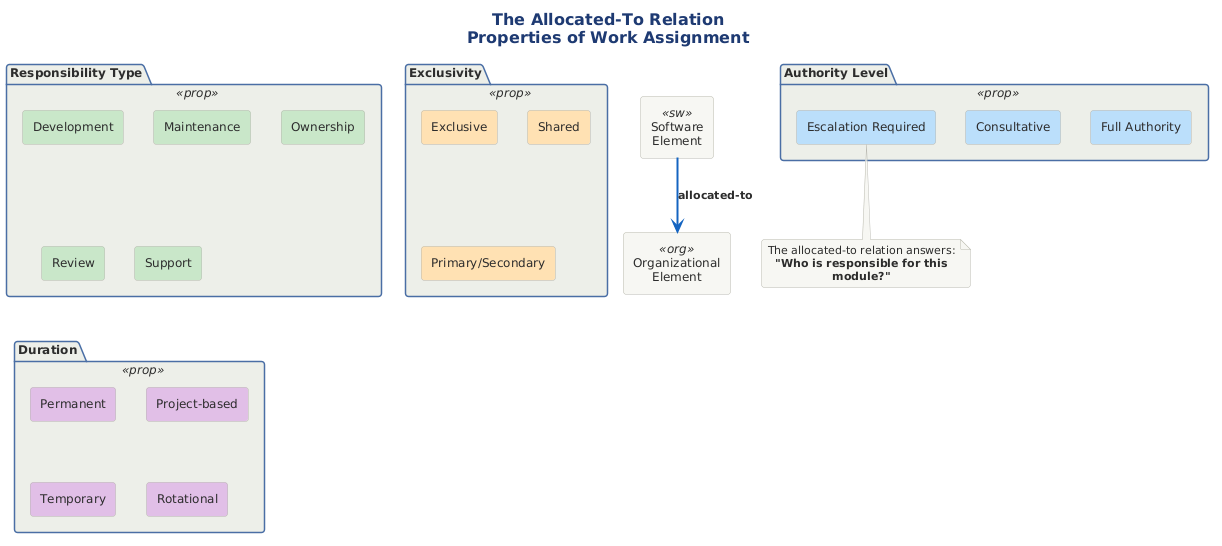
The PlantUML diagram src/architecture/views-and-beyond/style-catalogs/allocation/work-assignment-style/png/10-allocated-to-properties.png in Notoriousjayy/latex-docs, before a commit. Source of this version:
```plantuml
@startuml 10-allocated-to-properties
!include ../../../../../../tooling/styles/plantuml/structural/package-diagram-style.iuml

skinparam nodesep 30

title <b>The Allocated-To Relation</b>\nProperties of Work Assignment

rectangle "Software\nElement" as sw <<sw>>
rectangle "Organizational\nElement" as org <<org>>

sw -[#1565C0,bold,thickness=3]-> org : <b>allocated-to</b>

package "Responsibility Type" as resp <<prop>> {
    rectangle "Development" as dev #C8E6C9
    rectangle "Maintenance" as maint #C8E6C9
    rectangle "Ownership" as own #C8E6C9
    rectangle "Review" as rev #C8E6C9
    rectangle "Support" as supp #C8E6C9
}

package "Exclusivity" as excl <<prop>> {
    rectangle "Exclusive" as exclusive #FFE0B2
    rectangle "Shared" as shared #FFE0B2
    rectangle "Primary/Secondary" as primsec #FFE0B2
}

package "Duration" as dur <<prop>> {
    rectangle "Permanent" as perm #E1BEE7
    rectangle "Project-based" as proj #E1BEE7
    rectangle "Temporary" as temp #E1BEE7
    rectangle "Rotational" as rot #E1BEE7
}

package "Authority Level" as auth <<prop>> {
    rectangle "Full Authority" as full #BBDEFB
    rectangle "Consultative" as consult #BBDEFB
    rectangle "Escalation Required" as escal #BBDEFB
}

note bottom
  The allocated-to relation answers:
  <b>"Who is responsible for this module?"</b>
end note

@enduml
```
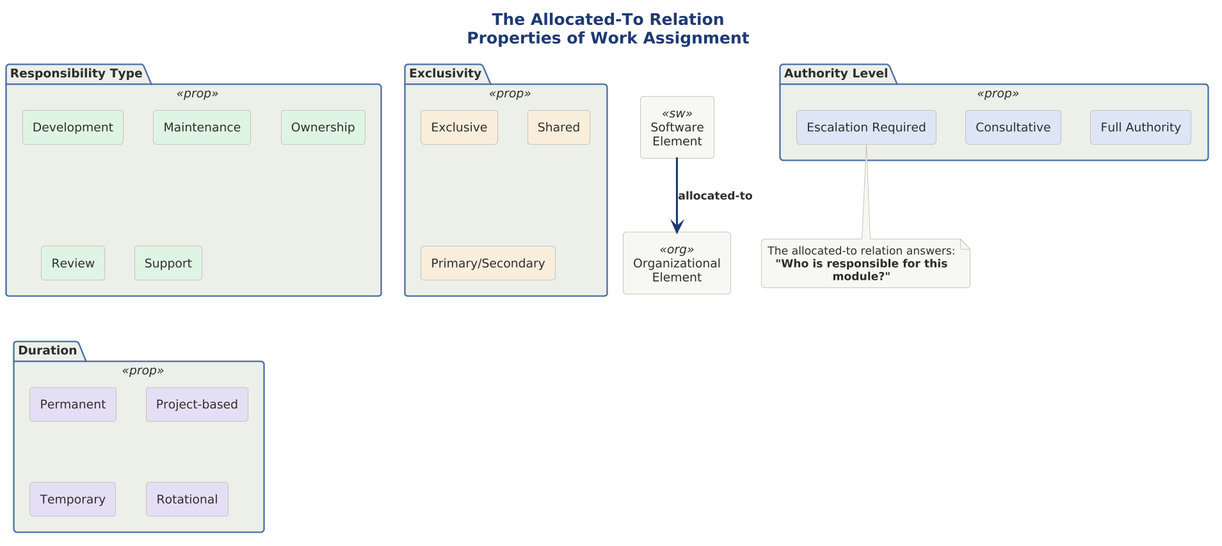
Above is the later version.

The edit, as a diff of the source:
```diff
@@ -1,4 +1,9 @@
 @startuml 10-allocated-to-properties
+
+skinparam dpi 150
+
+
+
 !include ../../../../../../tooling/styles/plantuml/structural/package-diagram-style.iuml
 
 skinparam nodesep 30
@@ -8,33 +13,33 @@
 rectangle "Software\nElement" as sw <<sw>>
 rectangle "Organizational\nElement" as org <<org>>
 
-sw -[#1565C0,bold,thickness=3]-> org : <b>allocated-to</b>
+sw -[$line_primary,bold,thickness=3]-> org : <b>allocated-to</b>
 
 package "Responsibility Type" as resp <<prop>> {
-    rectangle "Development" as dev #C8E6C9
-    rectangle "Maintenance" as maint #C8E6C9
-    rectangle "Ownership" as own #C8E6C9
-    rectangle "Review" as rev #C8E6C9
-    rectangle "Support" as supp #C8E6C9
+    rectangle "Development" as dev $fill_ok
+    rectangle "Maintenance" as maint $fill_ok
+    rectangle "Ownership" as own $fill_ok
+    rectangle "Review" as rev $fill_ok
+    rectangle "Support" as supp $fill_ok
 }
 
 package "Exclusivity" as excl <<prop>> {
-    rectangle "Exclusive" as exclusive #FFE0B2
-    rectangle "Shared" as shared #FFE0B2
-    rectangle "Primary/Secondary" as primsec #FFE0B2
+    rectangle "Exclusive" as exclusive $fill_caution
+    rectangle "Shared" as shared $fill_caution
+    rectangle "Primary/Secondary" as primsec $fill_caution
 }
 
 package "Duration" as dur <<prop>> {
-    rectangle "Permanent" as perm #E1BEE7
-    rectangle "Project-based" as proj #E1BEE7
-    rectangle "Temporary" as temp #E1BEE7
-    rectangle "Rotational" as rot #E1BEE7
+    rectangle "Permanent" as perm $fill_alt
+    rectangle "Project-based" as proj $fill_alt
+    rectangle "Temporary" as temp $fill_alt
+    rectangle "Rotational" as rot $fill_alt
 }
 
 package "Authority Level" as auth <<prop>> {
-    rectangle "Full Authority" as full #BBDEFB
-    rectangle "Consultative" as consult #BBDEFB
-    rectangle "Escalation Required" as escal #BBDEFB
+    rectangle "Full Authority" as full $fill_primary
+    rectangle "Consultative" as consult $fill_primary
+    rectangle "Escalation Required" as escal $fill_primary
 }
 
 note bottom
```
